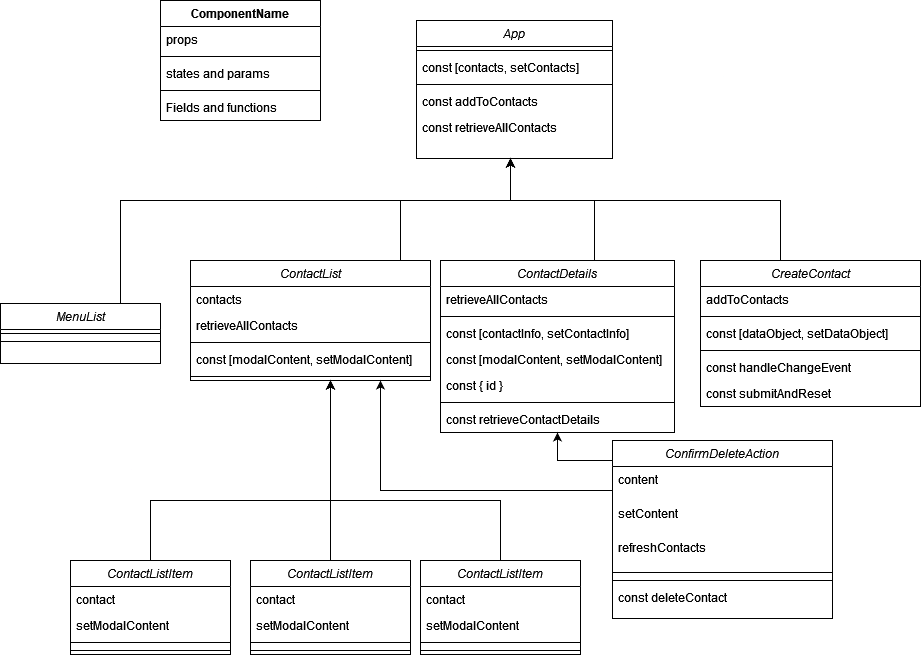
This is component_tree_light.png from boolean-uk/react-address-book-part-1, a draw.io export, as it was before one commit. Source tidied: cells renumbered, new cells last; positions are measured from the earlier drawing's top-left corner, leaving out a move shared by most shapes.
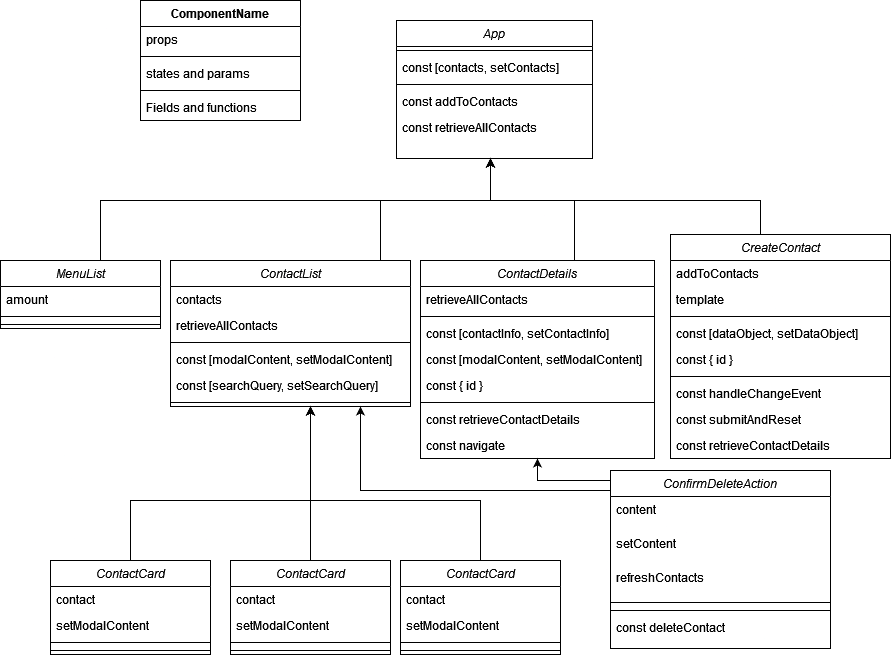
Later version of the same file.

Commit message:
Updated component tree

What changed in the source:
```diff
@@ -29,13 +29,16 @@
       </mxGeometry>
     </mxCell>
     <mxCell id="9" value="MenuList" style="swimlane;fontStyle=2;align=center;verticalAlign=top;horizontal=1;startSize=26;rounded=0;shadow=0;strokeWidth=1;" parent="1" vertex="1">
-      <mxGeometry y="303" width="160" height="60" as="geometry" />
+      <mxGeometry x="20" y="260" width="160" height="68" as="geometry" />
     </mxCell>
+    <mxCell id="69" value="amount" style="text;strokeColor=none;fillColor=none;align=left;verticalAlign=top;spacingLeft=4;spacingRight=4;overflow=hidden;whiteSpace=wrap;html=1;" parent="9" vertex="1">
+      <mxGeometry y="26" width="160" height="26" as="geometry" />
+    </mxCell>
     <mxCell id="10" style="line;html=1;strokeWidth=1;align=left;verticalAlign=middle;spacingTop=-1;spacingLeft=3;spacingRight=3;labelPosition=right;" parent="9" vertex="1">
-      <mxGeometry y="26" width="160" height="8" as="geometry" />
+      <mxGeometry y="52" width="160" height="8" as="geometry" />
     </mxCell>
     <mxCell id="11" style="line;strokeWidth=1;fillColor=none;align=left;verticalAlign=middle;spacingTop=-1;spacingLeft=3;spacingRight=3;labelPosition=right;strokeColor=inherit;" parent="9" vertex="1">
-      <mxGeometry y="34" width="160" height="8" as="geometry" />
+      <mxGeometry y="60" width="160" height="8" as="geometry" />
     </mxCell>
     <mxCell id="12" style="edgeStyle=orthogonalEdgeStyle;rounded=0;jettySize=auto;html=1;" parent="1" edge="1" source="13" target="2">
       <mxGeometry relative="1" as="geometry">
@@ -46,7 +49,7 @@
       </mxGeometry>
     </mxCell>
     <mxCell id="13" value="ContactList" style="swimlane;fontStyle=2;align=center;verticalAlign=top;horizontal=1;startSize=26;rounded=0;shadow=0;strokeWidth=1;" parent="1" vertex="1">
-      <mxGeometry x="190" y="260" width="240" height="120" as="geometry" />
+      <mxGeometry x="190" y="260" width="240" height="146" as="geometry" />
     </mxCell>
     <mxCell id="14" value="contacts" style="text;strokeColor=none;fillColor=none;align=left;verticalAlign=top;spacingLeft=4;spacingRight=4;overflow=hidden;whiteSpace=wrap;html=1;" parent="13" vertex="1">
       <mxGeometry y="26" width="240" height="26" as="geometry" />
@@ -60,8 +63,11 @@
     <mxCell id="17" value="const [modalContent, setModalContent]" style="text;strokeColor=none;fillColor=none;align=left;verticalAlign=top;spacingLeft=4;spacingRight=4;overflow=hidden;whiteSpace=wrap;html=1;" parent="13" vertex="1">
       <mxGeometry y="86" width="240" height="26" as="geometry" />
     </mxCell>
+    <mxCell id="70" value="const [searchQuery, setSearchQuery]" style="text;strokeColor=none;fillColor=none;align=left;verticalAlign=top;spacingLeft=4;spacingRight=4;overflow=hidden;whiteSpace=wrap;html=1;" parent="13" vertex="1">
+      <mxGeometry y="112" width="240" height="26" as="geometry" />
+    </mxCell>
     <mxCell id="18" style="line;html=1;strokeWidth=1;align=left;verticalAlign=middle;spacingTop=-1;spacingLeft=3;spacingRight=3;labelPosition=right;" parent="13" vertex="1">
-      <mxGeometry y="112" width="240" height="8" as="geometry" />
+      <mxGeometry y="138" width="240" height="8" as="geometry" />
     </mxCell>
     <mxCell id="19" style="edgeStyle=orthogonalEdgeStyle;rounded=0;jettySize=auto;html=1;" parent="1" edge="1" source="20" target="2">
       <mxGeometry relative="1" as="geometry">
@@ -72,7 +78,7 @@
       </mxGeometry>
     </mxCell>
     <mxCell id="20" value="ContactDetails" style="swimlane;fontStyle=2;align=center;verticalAlign=top;horizontal=1;startSize=26;rounded=0;shadow=0;strokeWidth=1;" parent="1" vertex="1">
-      <mxGeometry x="440" y="260" width="234" height="172" as="geometry" />
+      <mxGeometry x="440" y="260" width="234" height="198" as="geometry" />
     </mxCell>
     <mxCell id="21" value="retrieveAllContacts" style="text;strokeColor=none;fillColor=none;align=left;verticalAlign=top;spacingLeft=4;spacingRight=4;overflow=hidden;whiteSpace=wrap;html=1;" parent="20" vertex="1">
       <mxGeometry y="26" width="234" height="26" as="geometry" />
@@ -95,6 +101,9 @@
     <mxCell id="27" value="const retrieveContactDetails" style="text;strokeColor=none;fillColor=none;align=left;verticalAlign=top;spacingLeft=4;spacingRight=4;overflow=hidden;whiteSpace=wrap;html=1;" parent="20" vertex="1">
       <mxGeometry y="146" width="234" height="26" as="geometry" />
     </mxCell>
+    <mxCell id="71" value="const navigate" style="text;strokeColor=none;fillColor=none;align=left;verticalAlign=top;spacingLeft=4;spacingRight=4;overflow=hidden;whiteSpace=wrap;html=1;" parent="20" vertex="1">
+      <mxGeometry y="172" width="234" height="26" as="geometry" />
+    </mxCell>
     <mxCell id="28" style="edgeStyle=orthogonalEdgeStyle;rounded=0;jettySize=auto;html=1;" parent="1" edge="1" source="29" target="2">
       <mxGeometry relative="1" as="geometry">
         <Array as="points">
@@ -104,26 +113,35 @@
       </mxGeometry>
     </mxCell>
     <mxCell id="29" value="CreateContact" style="swimlane;fontStyle=2;align=center;verticalAlign=top;horizontal=1;startSize=26;rounded=0;shadow=0;strokeWidth=1;" parent="1" vertex="1">
-      <mxGeometry x="700" y="260" width="220" height="146" as="geometry" />
+      <mxGeometry x="690" y="234" width="220" height="224" as="geometry" />
     </mxCell>
     <mxCell id="30" value="addToContacts" style="text;strokeColor=none;fillColor=none;align=left;verticalAlign=top;spacingLeft=4;spacingRight=4;overflow=hidden;whiteSpace=wrap;html=1;" parent="29" vertex="1">
       <mxGeometry y="26" width="220" height="26" as="geometry" />
     </mxCell>
+    <mxCell id="72" value="template" style="text;strokeColor=none;fillColor=none;align=left;verticalAlign=top;spacingLeft=4;spacingRight=4;overflow=hidden;whiteSpace=wrap;html=1;" parent="29" vertex="1">
+      <mxGeometry y="52" width="220" height="26" as="geometry" />
+    </mxCell>
     <mxCell id="31" style="line;strokeWidth=1;fillColor=none;align=left;verticalAlign=middle;spacingTop=-1;spacingLeft=3;spacingRight=3;labelPosition=right;strokeColor=inherit;" parent="29" vertex="1">
-      <mxGeometry y="52" width="220" height="8" as="geometry" />
+      <mxGeometry y="78" width="220" height="8" as="geometry" />
     </mxCell>
     <mxCell id="32" value="const [dataObject, setDataObject]" style="text;strokeColor=none;fillColor=none;align=left;verticalAlign=top;spacingLeft=4;spacingRight=4;overflow=hidden;whiteSpace=wrap;html=1;" parent="29" vertex="1">
-      <mxGeometry y="60" width="220" height="26" as="geometry" />
+      <mxGeometry y="86" width="220" height="26" as="geometry" />
     </mxCell>
+    <mxCell id="73" value="const { id }" style="text;strokeColor=none;fillColor=none;align=left;verticalAlign=top;spacingLeft=4;spacingRight=4;overflow=hidden;whiteSpace=wrap;html=1;" parent="29" vertex="1">
+      <mxGeometry y="112" width="220" height="26" as="geometry" />
+    </mxCell>
     <mxCell id="33" style="line;html=1;strokeWidth=1;align=left;verticalAlign=middle;spacingTop=-1;spacingLeft=3;spacingRight=3;labelPosition=right;" parent="29" vertex="1">
-      <mxGeometry y="86" width="220" height="8" as="geometry" />
+      <mxGeometry y="138" width="220" height="8" as="geometry" />
     </mxCell>
     <mxCell id="34" value="const handleChangeEvent" style="text;strokeColor=none;fillColor=none;align=left;verticalAlign=top;spacingLeft=4;spacingRight=4;overflow=hidden;whiteSpace=wrap;html=1;" parent="29" vertex="1">
-      <mxGeometry y="94" width="220" height="26" as="geometry" />
+      <mxGeometry y="146" width="220" height="26" as="geometry" />
     </mxCell>
     <mxCell id="35" value="const submitAndReset" style="text;strokeColor=none;fillColor=none;align=left;verticalAlign=top;spacingLeft=4;spacingRight=4;overflow=hidden;whiteSpace=wrap;html=1;" parent="29" vertex="1">
-      <mxGeometry y="120" width="220" height="26" as="geometry" />
+      <mxGeometry y="172" width="220" height="26" as="geometry" />
     </mxCell>
+    <mxCell id="74" value="const retrieveContactDetails" style="text;strokeColor=none;fillColor=none;align=left;verticalAlign=top;spacingLeft=4;spacingRight=4;overflow=hidden;whiteSpace=wrap;html=1;" parent="29" vertex="1">
+      <mxGeometry y="198" width="220" height="26" as="geometry" />
+    </mxCell>
     <mxCell id="36" style="edgeStyle=orthogonalEdgeStyle;rounded=0;jettySize=auto;html=1;" parent="1" edge="1" source="37" target="13">
       <mxGeometry relative="1" as="geometry">
         <Array as="points">
@@ -132,7 +150,7 @@
         </Array>
       </mxGeometry>
     </mxCell>
-    <mxCell id="37" value="ContactListItem" style="swimlane;fontStyle=2;align=center;verticalAlign=top;horizontal=1;startSize=26;rounded=0;shadow=0;strokeWidth=1;" parent="1" vertex="1">
+    <mxCell id="37" value="ContactCard" style="swimlane;fontStyle=2;align=center;verticalAlign=top;horizontal=1;startSize=26;rounded=0;shadow=0;strokeWidth=1;" parent="1" vertex="1">
       <mxGeometry x="70" y="560" width="160" height="94" as="geometry" />
     </mxCell>
     <mxCell id="38" value="contact" style="text;strokeColor=none;fillColor=none;align=left;verticalAlign=top;spacingLeft=4;spacingRight=4;overflow=hidden;whiteSpace=wrap;html=1;" parent="37" vertex="1">
@@ -173,7 +191,7 @@
         </Array>
       </mxGeometry>
     </mxCell>
-    <mxCell id="49" value="ContactListItem" style="swimlane;fontStyle=2;align=center;verticalAlign=top;horizontal=1;startSize=26;rounded=0;shadow=0;strokeWidth=1;" parent="1" vertex="1">
+    <mxCell id="49" value="ContactCard" style="swimlane;fontStyle=2;align=center;verticalAlign=top;horizontal=1;startSize=26;rounded=0;shadow=0;strokeWidth=1;" parent="1" vertex="1">
       <mxGeometry x="250" y="560" width="160" height="94" as="geometry" />
     </mxCell>
     <mxCell id="50" value="contact" style="text;strokeColor=none;fillColor=none;align=left;verticalAlign=top;spacingLeft=4;spacingRight=4;overflow=hidden;whiteSpace=wrap;html=1;" parent="49" vertex="1">
@@ -196,7 +214,7 @@
         </Array>
       </mxGeometry>
     </mxCell>
-    <mxCell id="55" value="ContactListItem" style="swimlane;fontStyle=2;align=center;verticalAlign=top;horizontal=1;startSize=26;rounded=0;shadow=0;strokeWidth=1;" parent="1" vertex="1">
+    <mxCell id="55" value="ContactCard" style="swimlane;fontStyle=2;align=center;verticalAlign=top;horizontal=1;startSize=26;rounded=0;shadow=0;strokeWidth=1;" parent="1" vertex="1">
       <mxGeometry x="420" y="560" width="160" height="94" as="geometry" />
     </mxCell>
     <mxCell id="56" value="contact" style="text;strokeColor=none;fillColor=none;align=left;verticalAlign=top;spacingLeft=4;spacingRight=4;overflow=hidden;whiteSpace=wrap;html=1;" parent="55" vertex="1">
@@ -214,7 +232,6 @@
     <mxCell id="60" style="edgeStyle=orthogonalEdgeStyle;rounded=0;jettySize=auto;html=1;" parent="1" edge="1" source="62" target="13">
       <mxGeometry relative="1" as="geometry">
         <Array as="points">
-          <mxPoint x="722" y="490" />
           <mxPoint x="380" y="490" />
         </Array>
       </mxGeometry>
@@ -222,12 +239,12 @@
     <mxCell id="61" style="edgeStyle=orthogonalEdgeStyle;rounded=0;jettySize=auto;html=1;" parent="1" edge="1" source="62" target="20">
       <mxGeometry relative="1" as="geometry">
         <Array as="points">
-          <mxPoint x="557" y="460" />
+          <mxPoint x="557" y="480" />
         </Array>
       </mxGeometry>
     </mxCell>
     <mxCell id="62" value="ConfirmDeleteAction" style="swimlane;fontStyle=2;align=center;verticalAlign=top;horizontal=1;startSize=26;rounded=0;shadow=0;strokeWidth=1;" parent="1" vertex="1">
-      <mxGeometry x="612" y="440" width="220" height="178" as="geometry" />
+      <mxGeometry x="630" y="470" width="220" height="178" as="geometry" />
     </mxCell>
     <mxCell id="63" value="content" style="text;strokeColor=none;fillColor=none;align=left;verticalAlign=top;spacingLeft=4;spacingRight=4;overflow=hidden;whiteSpace=wrap;html=1;" parent="62" vertex="1">
       <mxGeometry y="26" width="220" height="34" as="geometry" />
```
